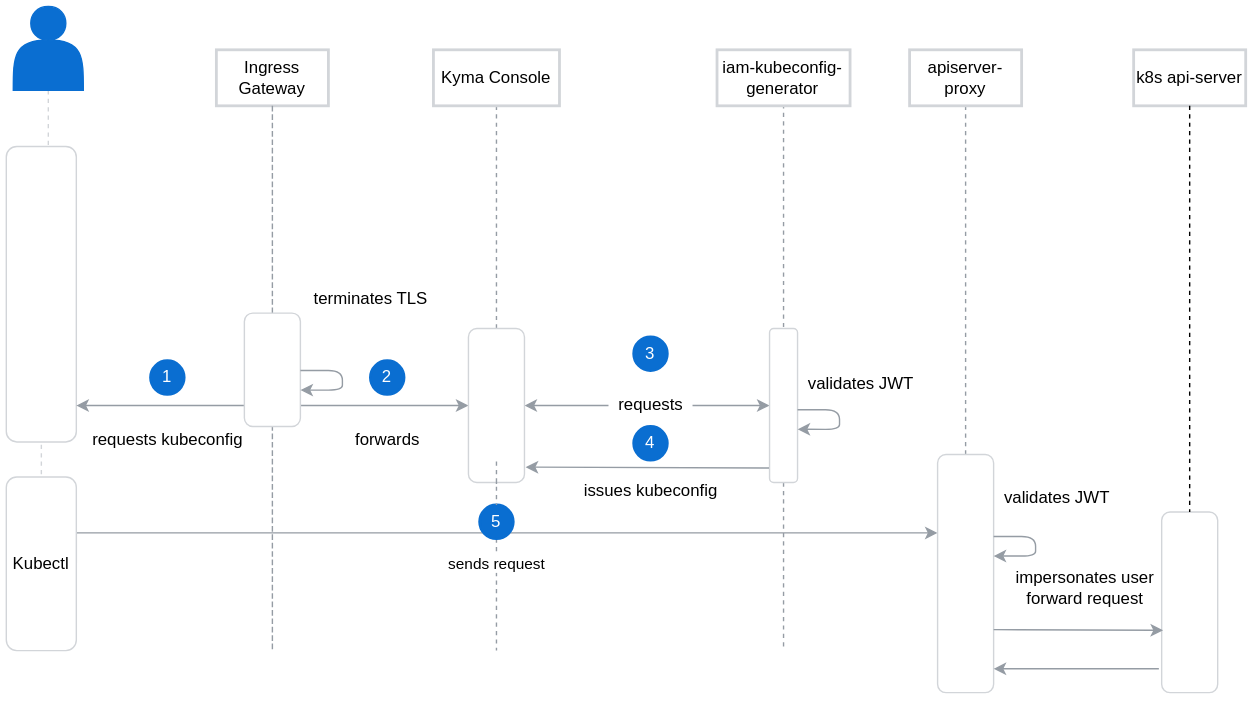
Above: docs/security-v2/assets/kyma-access-kubectl.svg in kyma-project/kyma (draw.io), before the change. Source tidied: cells renumbered, new cells last; positions are measured from the earlier drawing's top-left corner, leaving out a move shared by most shapes. Its diagram source:
```xml
<mxGraphModel>
  <root>
    <mxCell id="0" />
    <mxCell id="1" parent="0" />
    <mxCell id="2" style="edgeStyle=orthogonalEdgeStyle;rounded=0;orthogonalLoop=1;jettySize=auto;html=1;dashed=1;endArrow=none;endFill=0;strokeColor=#959CA4;" parent="1" edge="1">
      <mxGeometry relative="1" as="geometry">
        <mxPoint x="555" y="70" as="sourcePoint" />
        <mxPoint x="555" y="460" as="targetPoint" />
      </mxGeometry>
    </mxCell>
    <mxCell id="3" style="edgeStyle=orthogonalEdgeStyle;rounded=0;jettySize=auto;html=1;dashed=1;endArrow=none;endFill=0;exitX=0.5;exitY=1;exitDx=0;exitDy=0;strokeColor=#D2D5D9;" parent="1" edge="1" source="19" target="15">
      <mxGeometry relative="1" as="geometry" />
    </mxCell>
    <mxCell id="4" value="Ingress Gateway" style="rounded=0;whiteSpace=wrap;html=1;strokeColor=#D2D5D9;strokeWidth=2;" parent="1" vertex="1">
      <mxGeometry x="150" y="31" width="80" height="40" as="geometry" />
    </mxCell>
    <mxCell id="5" style="edgeStyle=orthogonalEdgeStyle;rounded=0;jettySize=auto;html=1;endArrow=none;endFill=0;dashed=1;strokeWidth=1;strokeColor=#959CA4;" parent="1" edge="1" source="45">
      <mxGeometry relative="1" as="geometry">
        <mxPoint x="350" y="460" as="targetPoint" />
      </mxGeometry>
    </mxCell>
    <mxCell id="6" value="iam-kubeconfig-generator" style="rounded=0;whiteSpace=wrap;html=1;strokeColor=#D2D5D9;strokeWidth=2;" parent="1" vertex="1">
      <mxGeometry x="507.5" y="31" width="95" height="40" as="geometry" />
    </mxCell>
    <mxCell id="7" style="edgeStyle=orthogonalEdgeStyle;rounded=0;jettySize=auto;html=1;dashed=1;endArrow=none;endFill=0;strokeColor=#959CA4;" parent="1" edge="1" source="8">
      <mxGeometry relative="1" as="geometry">
        <mxPoint x="685" y="450" as="targetPoint" />
      </mxGeometry>
    </mxCell>
    <mxCell id="8" value="apiserver-proxy" style="rounded=0;whiteSpace=wrap;html=1;strokeColor=#D2D5D9;strokeWidth=2;" parent="1" vertex="1">
      <mxGeometry x="645" y="31" width="80" height="40" as="geometry" />
    </mxCell>
    <mxCell id="9" value="k8s api-server" style="rounded=0;whiteSpace=wrap;html=1;strokeColor=#D2D5D9;strokeWidth=2;" parent="1" vertex="1">
      <mxGeometry x="805" y="31" width="80" height="40" as="geometry" />
    </mxCell>
    <mxCell id="10" style="rounded=1;whiteSpace=wrap;html=1;strokeColor=#D2D5D9;" parent="1" vertex="1">
      <mxGeometry y="100" width="50" height="211" as="geometry" />
    </mxCell>
    <mxCell id="11" style="edgeStyle=orthogonalEdgeStyle;rounded=0;jettySize=auto;html=1;dashed=1;endArrow=none;endFill=0;strokeColor=#959CA4;" parent="1" edge="1" source="4">
      <mxGeometry relative="1" as="geometry">
        <mxPoint x="190" y="71" as="targetPoint" />
        <Array as="points">
          <mxPoint x="190" y="460" />
          <mxPoint x="190" y="460" />
        </Array>
      </mxGeometry>
    </mxCell>
    <mxCell id="12" style="edgeStyle=orthogonalEdgeStyle;rounded=0;jettySize=auto;html=1;endArrow=none;endFill=0;dashed=1;strokeWidth=1;strokeColor=#959CA4;" parent="1" edge="1" source="38">
      <mxGeometry relative="1" as="geometry">
        <mxPoint x="350" y="270" as="targetPoint" />
      </mxGeometry>
    </mxCell>
    <mxCell id="13" style="edgeStyle=orthogonalEdgeStyle;rounded=0;jettySize=auto;html=1;startArrow=none;startFill=0;endArrow=classic;endFill=1;strokeWidth=1;exitX=1;exitY=0.5;exitDx=0;exitDy=0;strokeColor=#959CA4;" parent="1" edge="1" source="15" target="16">
      <mxGeometry relative="1" as="geometry">
        <Array as="points">
          <mxPoint x="50" y="376" />
        </Array>
      </mxGeometry>
    </mxCell>
    <mxCell id="14" value="sends request" style="edgeLabel;html=1;align=center;verticalAlign=middle;" parent="13" vertex="1">
      <mxGeometry x="-0.06" y="1" relative="1" as="geometry">
        <mxPoint x="22" y="23" as="offset" />
      </mxGeometry>
    </mxCell>
    <mxCell id="15" value="Kubectl" style="rounded=1;whiteSpace=wrap;html=1;strokeColor=#D2D5D9;" parent="1" vertex="1">
      <mxGeometry y="336" width="50" height="124" as="geometry" />
    </mxCell>
    <mxCell id="16" style="rounded=1;whiteSpace=wrap;html=1;strokeColor=#D2D5D9;" parent="1" vertex="1">
      <mxGeometry x="665" y="320" width="40" height="170" as="geometry" />
    </mxCell>
    <mxCell id="17" style="rounded=1;whiteSpace=wrap;html=1;strokeColor=#D2D5D9;" parent="1" vertex="1">
      <mxGeometry x="825" y="361" width="40" height="129" as="geometry" />
    </mxCell>
    <mxCell id="18" style="edgeStyle=orthogonalEdgeStyle;rounded=0;jettySize=auto;html=1;dashed=1;endArrow=none;endFill=0;" parent="1" edge="1" source="9" target="17">
      <mxGeometry relative="1" as="geometry" />
    </mxCell>
    <mxCell id="19" style="shape=actor;whiteSpace=wrap;html=1;rounded=1;fillColor=#0A6ED1;strokeColor=#0A6ED1;" parent="1" vertex="1">
      <mxGeometry x="5" width="50" height="60" as="geometry" />
    </mxCell>
    <mxCell id="20" style="endArrow=classic;html=1;startArrow=classic;startFill=1;strokeColor=#959CA4;" parent="1" edge="1">
      <mxGeometry relative="1" as="geometry">
        <mxPoint x="50" y="285" as="sourcePoint" />
        <mxPoint x="330" y="285" as="targetPoint" />
      </mxGeometry>
    </mxCell>
    <mxCell id="21" value="requests kubeconfig" style="text;html=1;align=center;verticalAlign=middle;" parent="1" vertex="1">
      <mxGeometry x="55" y="300" width="120" height="20" as="geometry" />
    </mxCell>
    <mxCell id="22" style="endArrow=classic;startArrow=classic;html=1;entryX=0.5;entryY=1;entryDx=0;entryDy=0;exitX=1;exitY=0.5;exitDx=0;exitDy=0;strokeColor=#959CA4;" parent="1" edge="1" source="37" target="23">
      <mxGeometry relative="1" as="geometry" />
    </mxCell>
    <mxCell id="23" style="rounded=1;whiteSpace=wrap;html=1;fillColor=#FFFFFF;rotation=90;strokeColor=#D2D5D9;" parent="1" vertex="1">
      <mxGeometry x="500" y="275" width="110" height="20" as="geometry" />
    </mxCell>
    <mxCell id="24" value="validates JWT" style="text;html=1;align=center;verticalAlign=middle;" parent="1" vertex="1">
      <mxGeometry x="565" y="260" width="90" height="20" as="geometry" />
    </mxCell>
    <mxCell id="25" style="endArrow=classic;html=1;exitX=0.906;exitY=1.019;exitDx=0;exitDy=0;entryX=1.021;entryY=0.9;entryDx=0;entryDy=0;strokeColor=#959CA4;entryPerimeter=0;exitPerimeter=0;" parent="1" edge="1" source="23" target="37">
      <mxGeometry relative="1" as="geometry" />
    </mxCell>
    <mxCell id="26" value="issues kubeconfig" style="text;html=1;align=center;verticalAlign=middle;strokeColor=#FFFFFF;" parent="1" vertex="1">
      <mxGeometry x="405" y="336" width="110" height="20" as="geometry" />
    </mxCell>
    <mxCell id="27" value="validates JWT" style="text;html=1;align=center;verticalAlign=middle;" parent="1" vertex="1">
      <mxGeometry x="705" y="341" width="90" height="20" as="geometry" />
    </mxCell>
    <mxCell id="28" style="edgeStyle=orthogonalEdgeStyle;orthogonalLoop=1;jettySize=auto;html=1;entryX=1;entryY=0.407;entryDx=0;entryDy=0;endArrow=classic;endFill=1;strokeWidth=1;entryPerimeter=0;strokeColor=#959CA4;rounded=1;" parent="1" edge="1">
      <mxGeometry relative="1" as="geometry">
        <mxPoint x="705" y="378.5" as="sourcePoint" />
        <mxPoint x="705" y="392.5" as="targetPoint" />
        <Array as="points">
          <mxPoint x="735" y="378.5" />
          <mxPoint x="735" y="392.5" />
        </Array>
      </mxGeometry>
    </mxCell>
    <mxCell id="29" style="edgeStyle=orthogonalEdgeStyle;orthogonalLoop=1;jettySize=auto;html=1;entryX=1;entryY=0.407;entryDx=0;entryDy=0;endArrow=classic;endFill=1;strokeWidth=1;entryPerimeter=0;strokeColor=#959CA4;rounded=1;" parent="1" edge="1">
      <mxGeometry relative="1" as="geometry">
        <mxPoint x="565" y="288" as="sourcePoint" />
        <mxPoint x="565" y="302" as="targetPoint" />
        <Array as="points">
          <mxPoint x="595" y="288" />
          <mxPoint x="595" y="302" />
        </Array>
      </mxGeometry>
    </mxCell>
    <mxCell id="30" style="endArrow=classic;html=1;entryX=0.025;entryY=0.655;entryDx=0;entryDy=0;entryPerimeter=0;strokeColor=#959CA4;" parent="1" edge="1" target="17">
      <mxGeometry relative="1" as="geometry">
        <mxPoint x="705" y="445" as="sourcePoint" />
      </mxGeometry>
    </mxCell>
    <mxCell id="31" value="impersonates user&lt;br&gt;forward request" style="text;html=1;align=center;verticalAlign=middle;" parent="1" vertex="1">
      <mxGeometry x="715" y="400" width="110" height="30" as="geometry" />
    </mxCell>
    <mxCell id="32" style="endArrow=classic;html=1;strokeColor=#959CA4;" parent="1" edge="1">
      <mxGeometry relative="1" as="geometry">
        <mxPoint x="823" y="473" as="sourcePoint" />
        <mxPoint x="705" y="473" as="targetPoint" />
      </mxGeometry>
    </mxCell>
    <mxCell id="33" style="rounded=1;whiteSpace=wrap;html=1;strokeColor=#D2D5D9;" parent="1" vertex="1">
      <mxGeometry x="170" y="219" width="40" height="81" as="geometry" />
    </mxCell>
    <mxCell id="34" value="terminates TLS" style="text;html=1;align=center;verticalAlign=middle;" parent="1" vertex="1">
      <mxGeometry x="210" y="199" width="100" height="20" as="geometry" />
    </mxCell>
    <mxCell id="35" style="edgeStyle=orthogonalEdgeStyle;orthogonalLoop=1;jettySize=auto;html=1;entryX=1;entryY=0.407;entryDx=0;entryDy=0;endArrow=classic;endFill=1;strokeWidth=1;entryPerimeter=0;strokeColor=#959CA4;rounded=1;" parent="1" edge="1">
      <mxGeometry relative="1" as="geometry">
        <mxPoint x="210" y="260" as="sourcePoint" />
        <mxPoint x="210" y="274" as="targetPoint" />
        <Array as="points">
          <mxPoint x="240" y="260" />
          <mxPoint x="240" y="274" />
        </Array>
      </mxGeometry>
    </mxCell>
    <mxCell id="36" style="edgeStyle=orthogonalEdgeStyle;rounded=0;jettySize=auto;html=1;exitX=0.5;exitY=0;exitDx=0;exitDy=0;entryX=0.5;entryY=1;entryDx=0;entryDy=0;startArrow=none;startFill=0;endArrow=none;endFill=0;strokeWidth=1;dashed=1;" parent="1" edge="1" source="37">
      <mxGeometry relative="1" as="geometry">
        <mxPoint x="350" y="250" as="targetPoint" />
      </mxGeometry>
    </mxCell>
    <mxCell id="37" style="rounded=1;whiteSpace=wrap;html=1;strokeColor=#D2D5D9;" parent="1" vertex="1">
      <mxGeometry x="330" y="230" width="40" height="110" as="geometry" />
    </mxCell>
    <mxCell id="38" value="Kyma Console" style="rounded=0;whiteSpace=wrap;html=1;strokeColor=#D2D5D9;strokeWidth=2;" parent="1" vertex="1">
      <mxGeometry x="305" y="31" width="90" height="40" as="geometry" />
    </mxCell>
    <mxCell id="39" value="requests" style="text;html=1;align=center;verticalAlign=middle;fillColor=#ffffff;" parent="1" vertex="1">
      <mxGeometry x="430" y="275" width="60" height="20" as="geometry" />
    </mxCell>
    <mxCell id="40" value="forwards" style="text;html=1;align=center;verticalAlign=middle;" parent="1" vertex="1">
      <mxGeometry x="242" y="300" width="60" height="20" as="geometry" />
    </mxCell>
    <mxCell id="41" value="&lt;font color=&quot;#FFFFFF&quot;&gt;1&lt;/font&gt;" style="ellipse;whiteSpace=wrap;html=1;strokeWidth=2;fillColor=#0A6ED1;strokeColor=#0A6ED1;" parent="1" vertex="1">
      <mxGeometry x="103" y="253" width="24" height="24" as="geometry" />
    </mxCell>
    <mxCell id="42" value="&lt;font color=&quot;#FFFFFF&quot;&gt;2&lt;/font&gt;" style="ellipse;whiteSpace=wrap;html=1;strokeWidth=2;fillColor=#0A6ED1;strokeColor=#0A6ED1;" parent="1" vertex="1">
      <mxGeometry x="260" y="253" width="24" height="24" as="geometry" />
    </mxCell>
    <mxCell id="43" value="3" style="ellipse;whiteSpace=wrap;html=1;strokeWidth=2;fillColor=#0A6ED1;strokeColor=#0A6ED1;fontColor=#FFFFFF;" parent="1" vertex="1">
      <mxGeometry x="448" y="236" width="24" height="24" as="geometry" />
    </mxCell>
    <mxCell id="44" value="4" style="ellipse;whiteSpace=wrap;html=1;strokeWidth=2;fillColor=#0A6ED1;strokeColor=#0A6ED1;fontColor=#FFFFFF;" parent="1" vertex="1">
      <mxGeometry x="448" y="300" width="24" height="24" as="geometry" />
    </mxCell>
    <mxCell id="45" value="5" style="ellipse;whiteSpace=wrap;html=1;strokeWidth=2;fillColor=#0A6ED1;strokeColor=#0A6ED1;fontColor=#FFFFFF;" parent="1" vertex="1">
      <mxGeometry x="338" y="356" width="24" height="24" as="geometry" />
    </mxCell>
    <mxCell id="46" style="edgeStyle=orthogonalEdgeStyle;rounded=0;jettySize=auto;html=1;endArrow=none;endFill=0;dashed=1;strokeWidth=1;strokeColor=#959CA4;" parent="1" edge="1" target="45">
      <mxGeometry relative="1" as="geometry">
        <mxPoint x="350" y="325" as="sourcePoint" />
      </mxGeometry>
    </mxCell>
  </root>
</mxGraphModel>
```
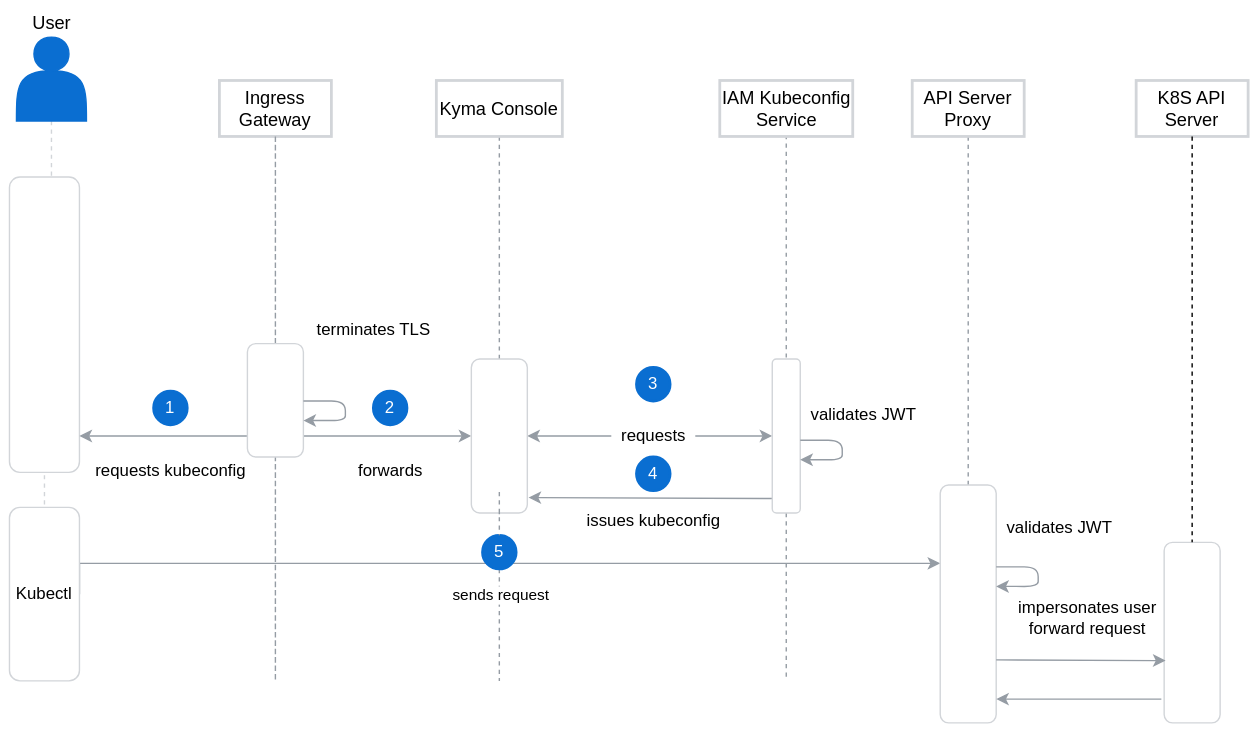
After the commit.

Diff of the diagram source:
```diff
@@ -11,7 +11,7 @@
     <mxCell id="3" style="edgeStyle=orthogonalEdgeStyle;rounded=0;jettySize=auto;html=1;dashed=1;endArrow=none;endFill=0;exitX=0.5;exitY=1;exitDx=0;exitDy=0;strokeColor=#D2D5D9;" parent="1" edge="1" source="19" target="15">
       <mxGeometry relative="1" as="geometry" />
     </mxCell>
-    <mxCell id="4" value="Ingress Gateway" style="rounded=0;whiteSpace=wrap;html=1;strokeColor=#D2D5D9;strokeWidth=2;" parent="1" vertex="1">
+    <mxCell id="4" value="Ingress Gateway" style="rounded=0;whiteSpace=wrap;html=1;strokeColor=#D2D5D9;strokeWidth=2;fontSize=13;" parent="1" vertex="1">
       <mxGeometry x="150" y="31" width="80" height="40" as="geometry" />
     </mxCell>
     <mxCell id="5" style="edgeStyle=orthogonalEdgeStyle;rounded=0;jettySize=auto;html=1;endArrow=none;endFill=0;dashed=1;strokeWidth=1;strokeColor=#959CA4;" parent="1" edge="1" source="45">
@@ -19,7 +19,7 @@
         <mxPoint x="350" y="460" as="targetPoint" />
       </mxGeometry>
     </mxCell>
-    <mxCell id="6" value="iam-kubeconfig-generator" style="rounded=0;whiteSpace=wrap;html=1;strokeColor=#D2D5D9;strokeWidth=2;" parent="1" vertex="1">
+    <mxCell id="6" value="IAM Kubeconfig Service" style="rounded=0;whiteSpace=wrap;html=1;strokeColor=#D2D5D9;strokeWidth=2;fontSize=13;" parent="1" vertex="1">
       <mxGeometry x="507.5" y="31" width="95" height="40" as="geometry" />
     </mxCell>
     <mxCell id="7" style="edgeStyle=orthogonalEdgeStyle;rounded=0;jettySize=auto;html=1;dashed=1;endArrow=none;endFill=0;strokeColor=#959CA4;" parent="1" edge="1" source="8">
@@ -27,10 +27,10 @@
         <mxPoint x="685" y="450" as="targetPoint" />
       </mxGeometry>
     </mxCell>
-    <mxCell id="8" value="apiserver-proxy" style="rounded=0;whiteSpace=wrap;html=1;strokeColor=#D2D5D9;strokeWidth=2;" parent="1" vertex="1">
+    <mxCell id="8" value="API Server Proxy" style="rounded=0;whiteSpace=wrap;html=1;strokeColor=#D2D5D9;strokeWidth=2;fontSize=13;" parent="1" vertex="1">
       <mxGeometry x="645" y="31" width="80" height="40" as="geometry" />
     </mxCell>
-    <mxCell id="9" value="k8s api-server" style="rounded=0;whiteSpace=wrap;html=1;strokeColor=#D2D5D9;strokeWidth=2;" parent="1" vertex="1">
+    <mxCell id="9" value="K8S API Server" style="rounded=0;whiteSpace=wrap;html=1;strokeColor=#D2D5D9;strokeWidth=2;fontSize=13;" parent="1" vertex="1">
       <mxGeometry x="805" y="31" width="80" height="40" as="geometry" />
     </mxCell>
     <mxCell id="10" style="rounded=1;whiteSpace=wrap;html=1;strokeColor=#D2D5D9;" parent="1" vertex="1">
@@ -162,7 +162,7 @@
     <mxCell id="37" style="rounded=1;whiteSpace=wrap;html=1;strokeColor=#D2D5D9;" parent="1" vertex="1">
       <mxGeometry x="330" y="230" width="40" height="110" as="geometry" />
     </mxCell>
-    <mxCell id="38" value="Kyma Console" style="rounded=0;whiteSpace=wrap;html=1;strokeColor=#D2D5D9;strokeWidth=2;" parent="1" vertex="1">
+    <mxCell id="38" value="Kyma Console" style="rounded=0;whiteSpace=wrap;html=1;strokeColor=#D2D5D9;strokeWidth=2;fontSize=13;" parent="1" vertex="1">
       <mxGeometry x="305" y="31" width="90" height="40" as="geometry" />
     </mxCell>
     <mxCell id="39" value="requests" style="text;html=1;align=center;verticalAlign=middle;fillColor=#ffffff;" parent="1" vertex="1">
@@ -191,5 +191,8 @@
         <mxPoint x="350" y="325" as="sourcePoint" />
       </mxGeometry>
     </mxCell>
+    <mxCell id="47" value="User" style="text;html=1;align=center;verticalAlign=middle;fontSize=13;" parent="1" vertex="1">
+      <mxGeometry x="10" y="-20" width="40" height="20" as="geometry" />
+    </mxCell>
   </root>
 </mxGraphModel>
```
